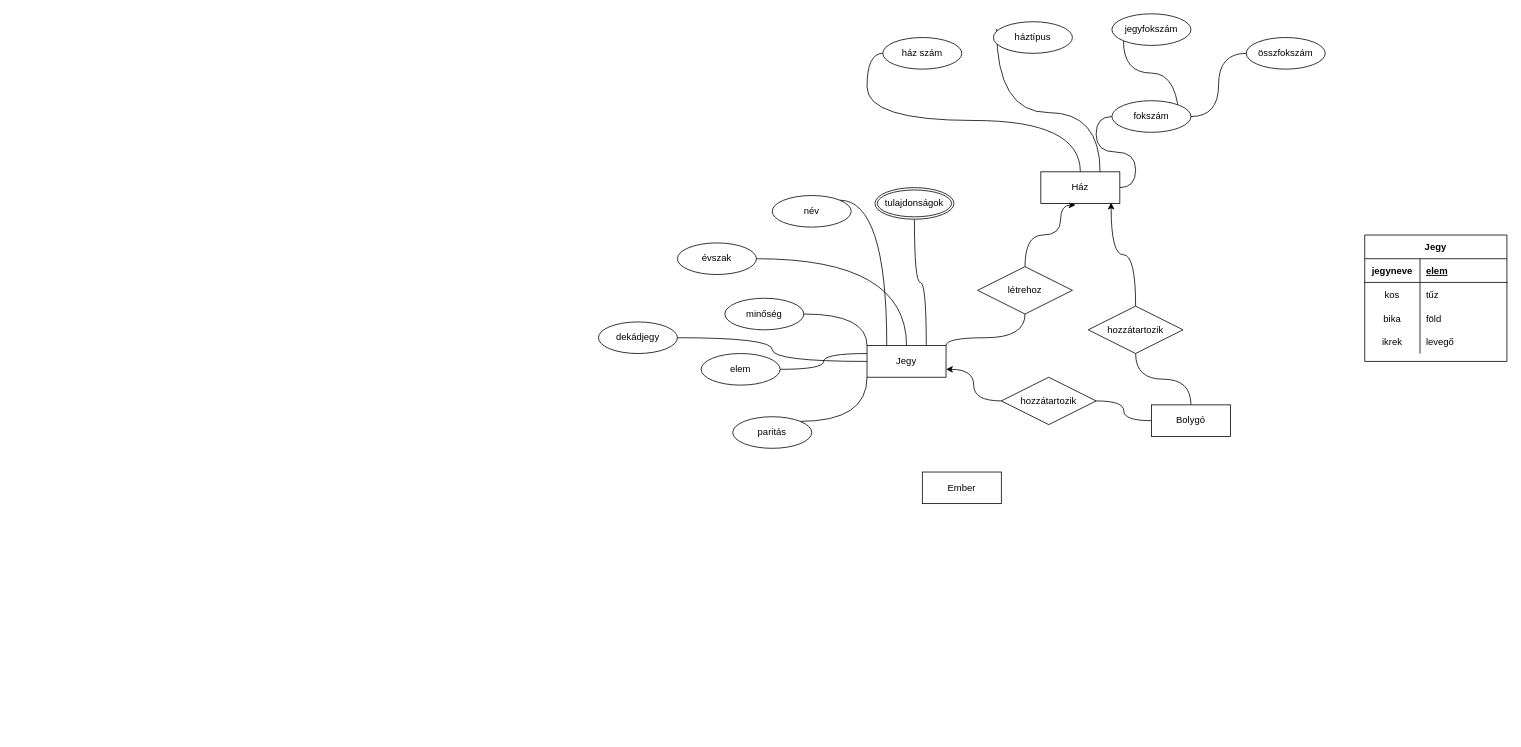
Before: asztro projekt/Untitled Diagram.drawio in molnaredom/asztro, a draw.io diagram. Source tidied: cells renumbered, new cells numbered last; positions are measured from the earlier drawing's top-left corner, leaving out a move shared by most shapes. Both pictures are drawn from the tidied source at 79%, with x=0, y=0 at pixel (598, 13).
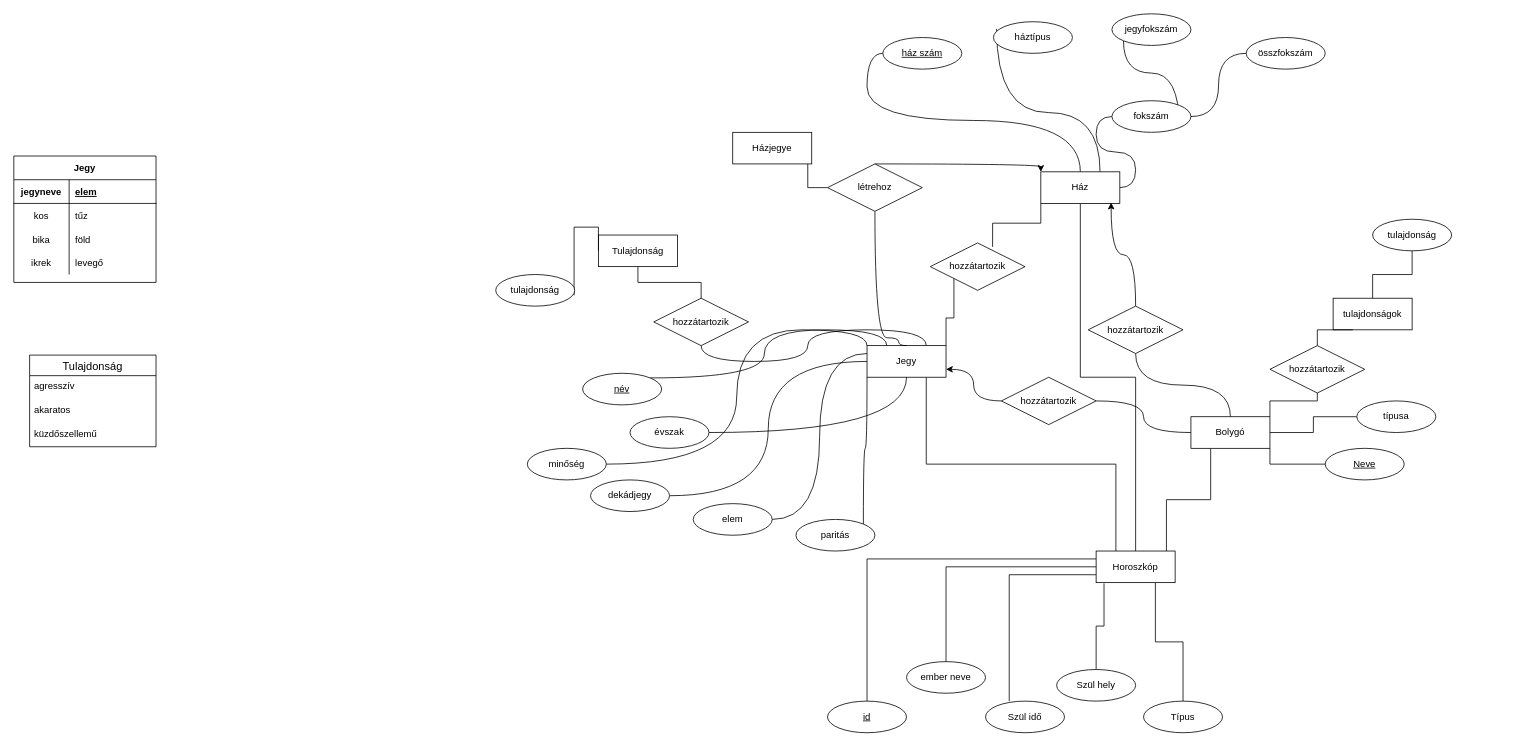
After the change.

The change refers to these unchanged cells:
```xml
<mxCell id="2" value="Jegy" style="whiteSpace=wrap;html=1;align=center;" parent="1" vertex="1">
  <mxGeometry x="340" y="420" width="100" height="40" as="geometry" />
</mxCell>
<mxCell id="19" value="Ház" style="whiteSpace=wrap;html=1;align=center;" parent="1" vertex="1">
  <mxGeometry x="560" y="200" width="100" height="40" as="geometry" />
</mxCell>
```

Diff of the diagram source:
```diff
@@
+    <mxCell id="52" style="edgeStyle=orthogonalEdgeStyle;rounded=0;jettySize=auto;html=1;exitX=0.75;exitY=1;exitDx=0;exitDy=0;entryX=0.25;entryY=0;entryDx=0;entryDy=0;endArrow=none;endFill=0;" parent="1" edge="1" source="2" target="38">
+      <mxGeometry relative="1" as="geometry" />
+    </mxCell>
+    <mxCell id="53" style="edgeStyle=orthogonalEdgeStyle;rounded=0;jettySize=auto;html=1;exitX=1;exitY=0;exitDx=0;exitDy=0;entryX=0;entryY=1;entryDx=0;entryDy=0;endArrow=none;endFill=0;" parent="1" edge="1" source="2" target="80">
+      <mxGeometry relative="1" as="geometry" />
+    </mxCell>
@@
     <mxCell id="4" value="elem" style="ellipse;whiteSpace=wrap;html=1;align=center;" parent="1" vertex="1">
-      <mxGeometry x="130" y="430" width="100" height="40" as="geometry" />
+      <mxGeometry x="120" y="620" width="100" height="40" as="geometry" />
     </mxCell>
@@
     <mxCell id="6" value="minőség" style="ellipse;whiteSpace=wrap;html=1;align=center;" parent="1" vertex="1">
-      <mxGeometry x="160" y="360" width="100" height="40" as="geometry" />
+      <mxGeometry x="-90" y="550" width="100" height="40" as="geometry" />
     </mxCell>
@@
-    <mxCell id="8" value="név" style="ellipse;whiteSpace=wrap;html=1;align=center;" parent="1" vertex="1">
-      <mxGeometry x="220" y="230" width="100" height="40" as="geometry" />
+    <mxCell id="8" value="&lt;u&gt;név&lt;/u&gt;" style="ellipse;whiteSpace=wrap;html=1;align=center;" parent="1" vertex="1">
+      <mxGeometry x="-20" y="455" width="100" height="40" as="geometry" />
     </mxCell>
@@
     <mxCell id="10" value="paritás" style="ellipse;whiteSpace=wrap;html=1;align=center;" parent="1" vertex="1">
-      <mxGeometry x="170" y="510" width="100" height="40" as="geometry" />
+      <mxGeometry x="250" y="640" width="100" height="40" as="geometry" />
     </mxCell>
@@
     <mxCell id="12" value="évszak" style="ellipse;whiteSpace=wrap;html=1;align=center;" parent="1" vertex="1">
-      <mxGeometry x="100" y="290" width="100" height="40" as="geometry" />
+      <mxGeometry x="40" y="510" width="100" height="40" as="geometry" />
     </mxCell>
@@
     <mxCell id="14" value="dekádjegy" style="ellipse;whiteSpace=wrap;html=1;align=center;" parent="1" vertex="1">
-      <mxGeometry y="390" width="100" height="40" as="geometry" />
+      <mxGeometry x="-10" y="590" width="100" height="40" as="geometry" />
     </mxCell>
@@
-    <mxCell id="18" style="edgeStyle=orthogonalEdgeStyle;curved=1;rounded=0;jettySize=auto;html=1;exitX=0.44;exitY=1.05;exitDx=0;exitDy=0;endArrow=none;endFill=0;entryX=0.5;entryY=0;entryDx=0;entryDy=0;startArrow=classic;startFill=1;exitPerimeter=0;" parent="1" edge="1" source="19" target="30">
+    <mxCell id="18" style="edgeStyle=orthogonalEdgeStyle;curved=1;rounded=0;jettySize=auto;html=1;exitX=0;exitY=0;exitDx=0;exitDy=0;endArrow=none;endFill=0;entryX=0.5;entryY=0;entryDx=0;entryDy=0;startArrow=classic;startFill=1;" parent="1" edge="1" source="19" target="30">
       <mxGeometry relative="1" as="geometry">
         <Array as="points">
-          <mxPoint x="585" y="242" />
-          <mxPoint x="585" y="280" />
-          <mxPoint x="540" y="280" />
+          <mxPoint x="560" y="190" />
         </Array>
       </mxGeometry>
     </mxCell>
+    <mxCell id="54" style="edgeStyle=orthogonalEdgeStyle;rounded=0;jettySize=auto;html=1;exitX=0.5;exitY=1;exitDx=0;exitDy=0;entryX=0.5;entryY=0;entryDx=0;entryDy=0;endArrow=none;endFill=0;" parent="1" edge="1" source="19" target="38">
+      <mxGeometry relative="1" as="geometry" />
+    </mxCell>
+    <mxCell id="55" style="edgeStyle=orthogonalEdgeStyle;rounded=0;jettySize=auto;html=1;exitX=0;exitY=1;exitDx=0;exitDy=0;entryX=0.658;entryY=0.083;entryDx=0;entryDy=0;entryPerimeter=0;endArrow=none;endFill=0;" parent="1" edge="1" source="19" target="80">
+      <mxGeometry relative="1" as="geometry" />
+    </mxCell>
@@
-    <mxCell id="20" style="edgeStyle=orthogonalEdgeStyle;curved=1;rounded=0;jettySize=auto;html=1;endArrow=none;endFill=0;entryX=0.75;entryY=0;entryDx=0;entryDy=0;" parent="1" edge="1" source="21" target="2">
+    <mxCell id="20" style="edgeStyle=orthogonalEdgeStyle;curved=1;rounded=0;jettySize=auto;html=1;endArrow=none;endFill=0;entryX=0.75;entryY=0;entryDx=0;entryDy=0;exitX=0.5;exitY=1;exitDx=0;exitDy=0;" parent="1" edge="1" source="65" target="2">
       <mxGeometry relative="1" as="geometry" />
     </mxCell>
-    <mxCell id="21" value="tulajdonságok" style="ellipse;shape=doubleEllipse;margin=3;whiteSpace=wrap;html=1;align=center;" parent="1" vertex="1">
-      <mxGeometry x="350" y="220" width="100" height="40" as="geometry" />
-    </mxCell>
-    <mxCell id="22" value="ház szám" style="ellipse;whiteSpace=wrap;html=1;align=center;" parent="1" vertex="1">
+    <mxCell id="22" value="&lt;u&gt;ház szám&lt;/u&gt;" style="ellipse;whiteSpace=wrap;html=1;align=center;" parent="1" vertex="1">
       <mxGeometry x="360" y="30" width="100" height="40" as="geometry" />
     </mxCell>
@@
-    <mxCell id="29" style="edgeStyle=orthogonalEdgeStyle;curved=1;rounded=0;jettySize=auto;html=1;exitX=0.5;exitY=1;exitDx=0;exitDy=0;entryX=1;entryY=0;entryDx=0;entryDy=0;startArrow=none;startFill=0;endArrow=none;endFill=0;" parent="1" edge="1" source="30" target="2">
+    <mxCell id="29" style="edgeStyle=orthogonalEdgeStyle;curved=1;rounded=0;jettySize=auto;html=1;exitX=0.5;exitY=1;exitDx=0;exitDy=0;startArrow=none;startFill=0;endArrow=none;endFill=0;" parent="1" edge="1" source="30">
       <mxGeometry relative="1" as="geometry">
+        <mxPoint x="390" y="420" as="targetPoint" />
         <Array as="points">
-          <mxPoint x="540" y="410" />
-          <mxPoint x="440" y="410" />
+          <mxPoint x="350" y="410" />
+          <mxPoint x="380" y="410" />
+          <mxPoint x="380" y="420" />
         </Array>
       </mxGeometry>
     </mxCell>
+    <mxCell id="56" style="edgeStyle=orthogonalEdgeStyle;rounded=0;jettySize=auto;html=1;exitX=0;exitY=0.5;exitDx=0;exitDy=0;entryX=0.95;entryY=0.992;entryDx=0;entryDy=0;entryPerimeter=0;endArrow=none;endFill=0;" parent="1" edge="1" source="30" target="72">
+      <mxGeometry relative="1" as="geometry" />
+    </mxCell>
     <mxCell id="30" value="létrehoz" style="shape=rhombus;perimeter=rhombusPerimeter;whiteSpace=wrap;html=1;align=center;" parent="1" vertex="1">
-      <mxGeometry x="480" y="320" width="120" height="60" as="geometry" />
+      <mxGeometry x="290" y="190" width="120" height="60" as="geometry" />
     </mxCell>
@@
+    <mxCell id="57" style="edgeStyle=orthogonalEdgeStyle;rounded=0;jettySize=auto;html=1;exitX=0.25;exitY=1;exitDx=0;exitDy=0;entryX=0.89;entryY=0;entryDx=0;entryDy=0;entryPerimeter=0;endArrow=none;endFill=0;" parent="1" edge="1" source="34" target="38">
+      <mxGeometry relative="1" as="geometry" />
+    </mxCell>
+    <mxCell id="58" style="edgeStyle=orthogonalEdgeStyle;rounded=0;jettySize=auto;html=1;exitX=1;exitY=0;exitDx=0;exitDy=0;entryX=0.5;entryY=1;entryDx=0;entryDy=0;endArrow=none;endFill=0;" parent="1" edge="1" source="34" target="83">
+      <mxGeometry relative="1" as="geometry">
+        <Array as="points">
+          <mxPoint x="850" y="490" />
+          <mxPoint x="910" y="490" />
+        </Array>
+      </mxGeometry>
+    </mxCell>
+    <mxCell id="59" style="edgeStyle=orthogonalEdgeStyle;rounded=0;jettySize=auto;html=1;exitX=1;exitY=1;exitDx=0;exitDy=0;endArrow=none;endFill=0;" parent="1" edge="1" source="34" target="85">
+      <mxGeometry relative="1" as="geometry" />
+    </mxCell>
+    <mxCell id="60" style="edgeStyle=orthogonalEdgeStyle;rounded=0;jettySize=auto;html=1;exitX=1;exitY=0.5;exitDx=0;exitDy=0;endArrow=none;endFill=0;" parent="1" edge="1" source="34" target="86">
+      <mxGeometry relative="1" as="geometry" />
+    </mxCell>
     <mxCell id="34" value="Bolygó" style="whiteSpace=wrap;html=1;align=center;" parent="1" vertex="1">
-      <mxGeometry x="700" y="495" width="100" height="40" as="geometry" />
+      <mxGeometry x="750" y="510" width="100" height="40" as="geometry" />
     </mxCell>
@@
+    <mxCell id="61" style="edgeStyle=orthogonalEdgeStyle;rounded=0;jettySize=auto;html=1;exitX=0;exitY=0.25;exitDx=0;exitDy=0;endArrow=none;endFill=0;entryX=0.5;entryY=0;entryDx=0;entryDy=0;" parent="1" edge="1" source="38" target="87">
+      <mxGeometry relative="1" as="geometry" />
+    </mxCell>
+    <mxCell id="62" style="edgeStyle=orthogonalEdgeStyle;rounded=0;jettySize=auto;html=1;exitX=0.75;exitY=1;exitDx=0;exitDy=0;endArrow=none;endFill=0;" parent="1" edge="1" source="38" target="79">
+      <mxGeometry relative="1" as="geometry" />
+    </mxCell>
-    <mxCell id="38" value="Ember" style="whiteSpace=wrap;html=1;align=center;" parent="1" vertex="1">
-      <mxGeometry x="410" y="580" width="100" height="40" as="geometry" />
+    <mxCell id="38" value="Horoszkóp" style="whiteSpace=wrap;html=1;align=center;" parent="1" vertex="1">
+      <mxGeometry x="630" y="680" width="100" height="40" as="geometry" />
     </mxCell>
     <mxCell id="39" value="Jegy" style="shape=table;startSize=30;childLayout=tableLayout;rowLines=0;fontStyle=1;align=center;" parent="1" vertex="1">
-      <mxGeometry x="970" y="280" width="180" height="160" as="geometry" />
+      <mxGeometry x="-740" y="180" width="180" height="160" as="geometry" />
     </mxCell>
@@
+    <mxCell id="63" value="Tulajdonság" style="whiteSpace=wrap;html=1;align=center;" parent="1" vertex="1">
+      <mxGeometry y="280" width="100" height="40" as="geometry" />
+    </mxCell>
+    <mxCell id="64" style="edgeStyle=orthogonalEdgeStyle;rounded=0;jettySize=auto;html=1;exitX=0.5;exitY=0;exitDx=0;exitDy=0;entryX=0.5;entryY=1;entryDx=0;entryDy=0;endArrow=none;endFill=0;" parent="1" edge="1" source="65" target="63">
+      <mxGeometry relative="1" as="geometry" />
+    </mxCell>
+    <mxCell id="65" value="hozzátartozik" style="shape=rhombus;perimeter=rhombusPerimeter;whiteSpace=wrap;html=1;align=center;" parent="1" vertex="1">
+      <mxGeometry x="70" y="360" width="120" height="60" as="geometry" />
+    </mxCell>
+    <mxCell id="66" style="edgeStyle=orthogonalEdgeStyle;rounded=0;jettySize=auto;html=1;entryX=0;entryY=0.5;entryDx=0;entryDy=0;endArrow=none;endFill=0;exitX=0.992;exitY=0.658;exitDx=0;exitDy=0;exitPerimeter=0;" parent="1" edge="1" source="67" target="63">
+      <mxGeometry relative="1" as="geometry">
+        <Array as="points">
+          <mxPoint x="-31" y="270" />
+          <mxPoint y="270" />
+        </Array>
+      </mxGeometry>
+    </mxCell>
+    <mxCell id="67" value="tulajdonság" style="ellipse;whiteSpace=wrap;html=1;align=center;strokeWidth=1;" parent="1" vertex="1">
+      <mxGeometry x="-130" y="330" width="100" height="40" as="geometry" />
+    </mxCell>
+    <mxCell id="68" value="Tulajdonság" style="swimlane;fontStyle=0;horizontal=1;startSize=26;align=center;fontSize=14;strokeWidth=1;" parent="1" vertex="1">
+      <mxGeometry x="-720" y="432" width="160" height="116" as="geometry" />
+    </mxCell>
+    <mxCell id="69" value="agresszív    " style="text;strokeColor=none;fillColor=none;spacingLeft=4;spacingRight=4;overflow=hidden;fontSize=12;" parent="68" vertex="1">
+      <mxGeometry y="26" width="160" height="30" as="geometry" />
+    </mxCell>
+    <mxCell id="70" value="akaratos" style="text;strokeColor=none;fillColor=none;spacingLeft=4;spacingRight=4;overflow=hidden;fontSize=12;" parent="68" vertex="1">
+      <mxGeometry y="56" width="160" height="30" as="geometry" />
+    </mxCell>
+    <mxCell id="71" value="küzdőszellemű" style="text;strokeColor=none;fillColor=none;spacingLeft=4;spacingRight=4;overflow=hidden;fontSize=12;" parent="68" vertex="1">
+      <mxGeometry y="86" width="160" height="30" as="geometry" />
+    </mxCell>
+    <mxCell id="72" value="Házjegye" style="whiteSpace=wrap;html=1;align=center;strokeWidth=1;" parent="1" vertex="1">
+      <mxGeometry x="170" y="150" width="100" height="40" as="geometry" />
+    </mxCell>
+    <mxCell id="73" style="edgeStyle=orthogonalEdgeStyle;rounded=0;jettySize=auto;html=1;exitX=0.5;exitY=0;exitDx=0;exitDy=0;entryX=0;entryY=0.5;entryDx=0;entryDy=0;endArrow=none;endFill=0;" parent="1" edge="1" source="74" target="38">
+      <mxGeometry relative="1" as="geometry" />
+    </mxCell>
+    <mxCell id="74" value="ember neve" style="ellipse;whiteSpace=wrap;html=1;align=center;strokeWidth=1;" parent="1" vertex="1">
+      <mxGeometry x="390" y="820" width="100" height="40" as="geometry" />
+    </mxCell>
+    <mxCell id="75" style="edgeStyle=orthogonalEdgeStyle;rounded=0;jettySize=auto;html=1;entryX=0;entryY=0.75;entryDx=0;entryDy=0;endArrow=none;endFill=0;exitX=0.3;exitY=0;exitDx=0;exitDy=0;exitPerimeter=0;" parent="1" edge="1" source="76" target="38">
+      <mxGeometry relative="1" as="geometry" />
+    </mxCell>
+    <mxCell id="76" value="Szül idő" style="ellipse;whiteSpace=wrap;html=1;align=center;strokeWidth=1;" parent="1" vertex="1">
+      <mxGeometry x="490" y="870" width="100" height="40" as="geometry" />
+    </mxCell>
+    <mxCell id="77" style="edgeStyle=orthogonalEdgeStyle;rounded=0;jettySize=auto;html=1;exitX=0.5;exitY=0;exitDx=0;exitDy=0;entryX=0.1;entryY=1.025;entryDx=0;entryDy=0;entryPerimeter=0;endArrow=none;endFill=0;" parent="1" edge="1" source="78" target="38">
+      <mxGeometry relative="1" as="geometry" />
+    </mxCell>
+    <mxCell id="78" value="Szül hely" style="ellipse;whiteSpace=wrap;html=1;align=center;strokeWidth=1;" parent="1" vertex="1">
+      <mxGeometry x="580" y="830" width="100" height="40" as="geometry" />
+    </mxCell>
+    <mxCell id="79" value="Típus" style="ellipse;whiteSpace=wrap;html=1;align=center;strokeWidth=1;" parent="1" vertex="1">
+      <mxGeometry x="690" y="870" width="100" height="40" as="geometry" />
+    </mxCell>
+    <mxCell id="80" value="hozzátartozik" style="shape=rhombus;perimeter=rhombusPerimeter;whiteSpace=wrap;html=1;align=center;strokeWidth=1;" parent="1" vertex="1">
+      <mxGeometry x="420" y="290" width="120" height="60" as="geometry" />
+    </mxCell>
+    <mxCell id="81" style="edgeStyle=orthogonalEdgeStyle;rounded=0;jettySize=auto;html=1;exitX=0.5;exitY=0;exitDx=0;exitDy=0;endArrow=none;endFill=0;" parent="1" edge="1" source="21" target="84">
+      <mxGeometry relative="1" as="geometry" />
+    </mxCell>
+    <mxCell id="21" value="tulajdonságok" style="whiteSpace=wrap;html=1;align=center;strokeWidth=1;" parent="1" vertex="1">
+      <mxGeometry x="930" y="360" width="100" height="40" as="geometry" />
+    </mxCell>
+    <mxCell id="82" style="edgeStyle=orthogonalEdgeStyle;rounded=0;jettySize=auto;html=1;exitX=0.5;exitY=0;exitDx=0;exitDy=0;entryX=0.25;entryY=1;entryDx=0;entryDy=0;endArrow=none;endFill=0;" parent="1" edge="1" source="83" target="21">
+      <mxGeometry relative="1" as="geometry" />
+    </mxCell>
+    <mxCell id="83" value="hozzátartozik" style="shape=rhombus;perimeter=rhombusPerimeter;whiteSpace=wrap;html=1;align=center;strokeWidth=1;" parent="1" vertex="1">
+      <mxGeometry x="850" y="420" width="120" height="60" as="geometry" />
+    </mxCell>
+    <mxCell id="84" value="tulajdonság" style="ellipse;whiteSpace=wrap;html=1;align=center;strokeWidth=1;" parent="1" vertex="1">
+      <mxGeometry x="980" y="260" width="100" height="40" as="geometry" />
+    </mxCell>
+    <mxCell id="85" value="&lt;u&gt;Neve&lt;/u&gt;" style="ellipse;whiteSpace=wrap;html=1;align=center;strokeWidth=1;" parent="1" vertex="1">
+      <mxGeometry x="920" y="550" width="100" height="40" as="geometry" />
+    </mxCell>
+    <mxCell id="86" value="típusa" style="ellipse;whiteSpace=wrap;html=1;align=center;strokeWidth=1;" parent="1" vertex="1">
+      <mxGeometry x="960" y="490" width="100" height="40" as="geometry" />
+    </mxCell>
+    <mxCell id="87" value="&lt;u&gt;id&lt;/u&gt;" style="ellipse;whiteSpace=wrap;html=1;align=center;strokeWidth=1;" parent="1" vertex="1">
+      <mxGeometry x="290" y="870" width="100" height="40" as="geometry" />
+    </mxCell>
```
